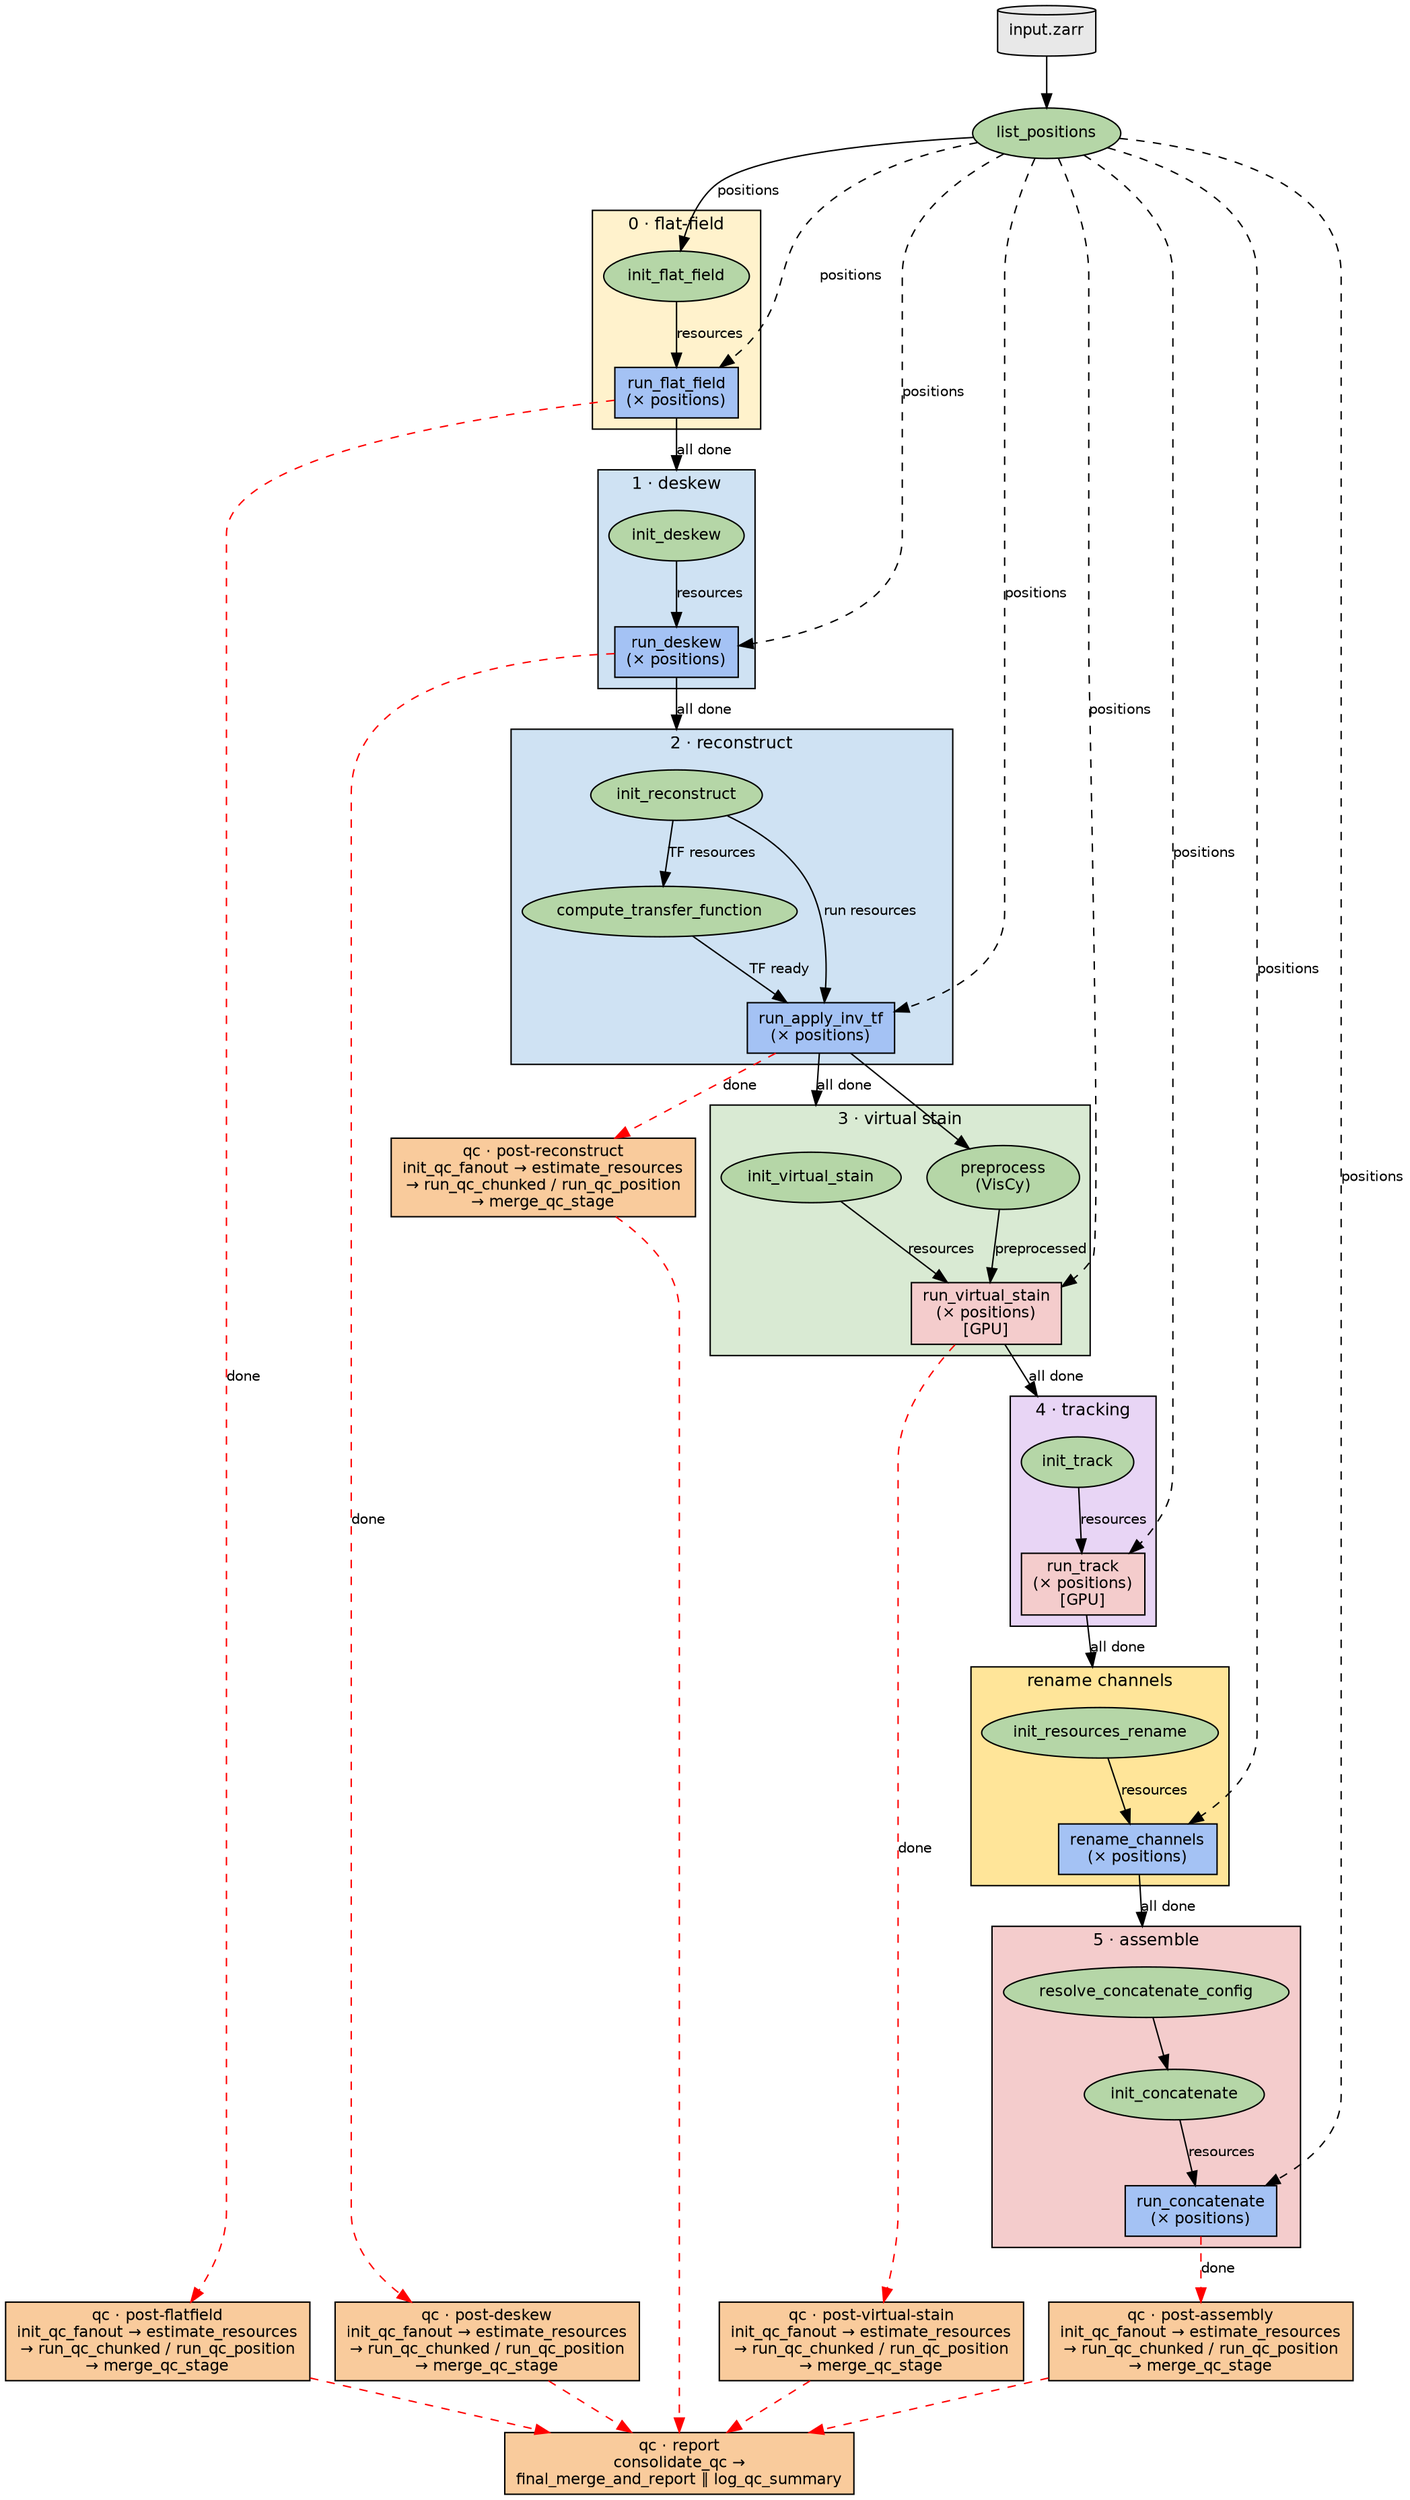
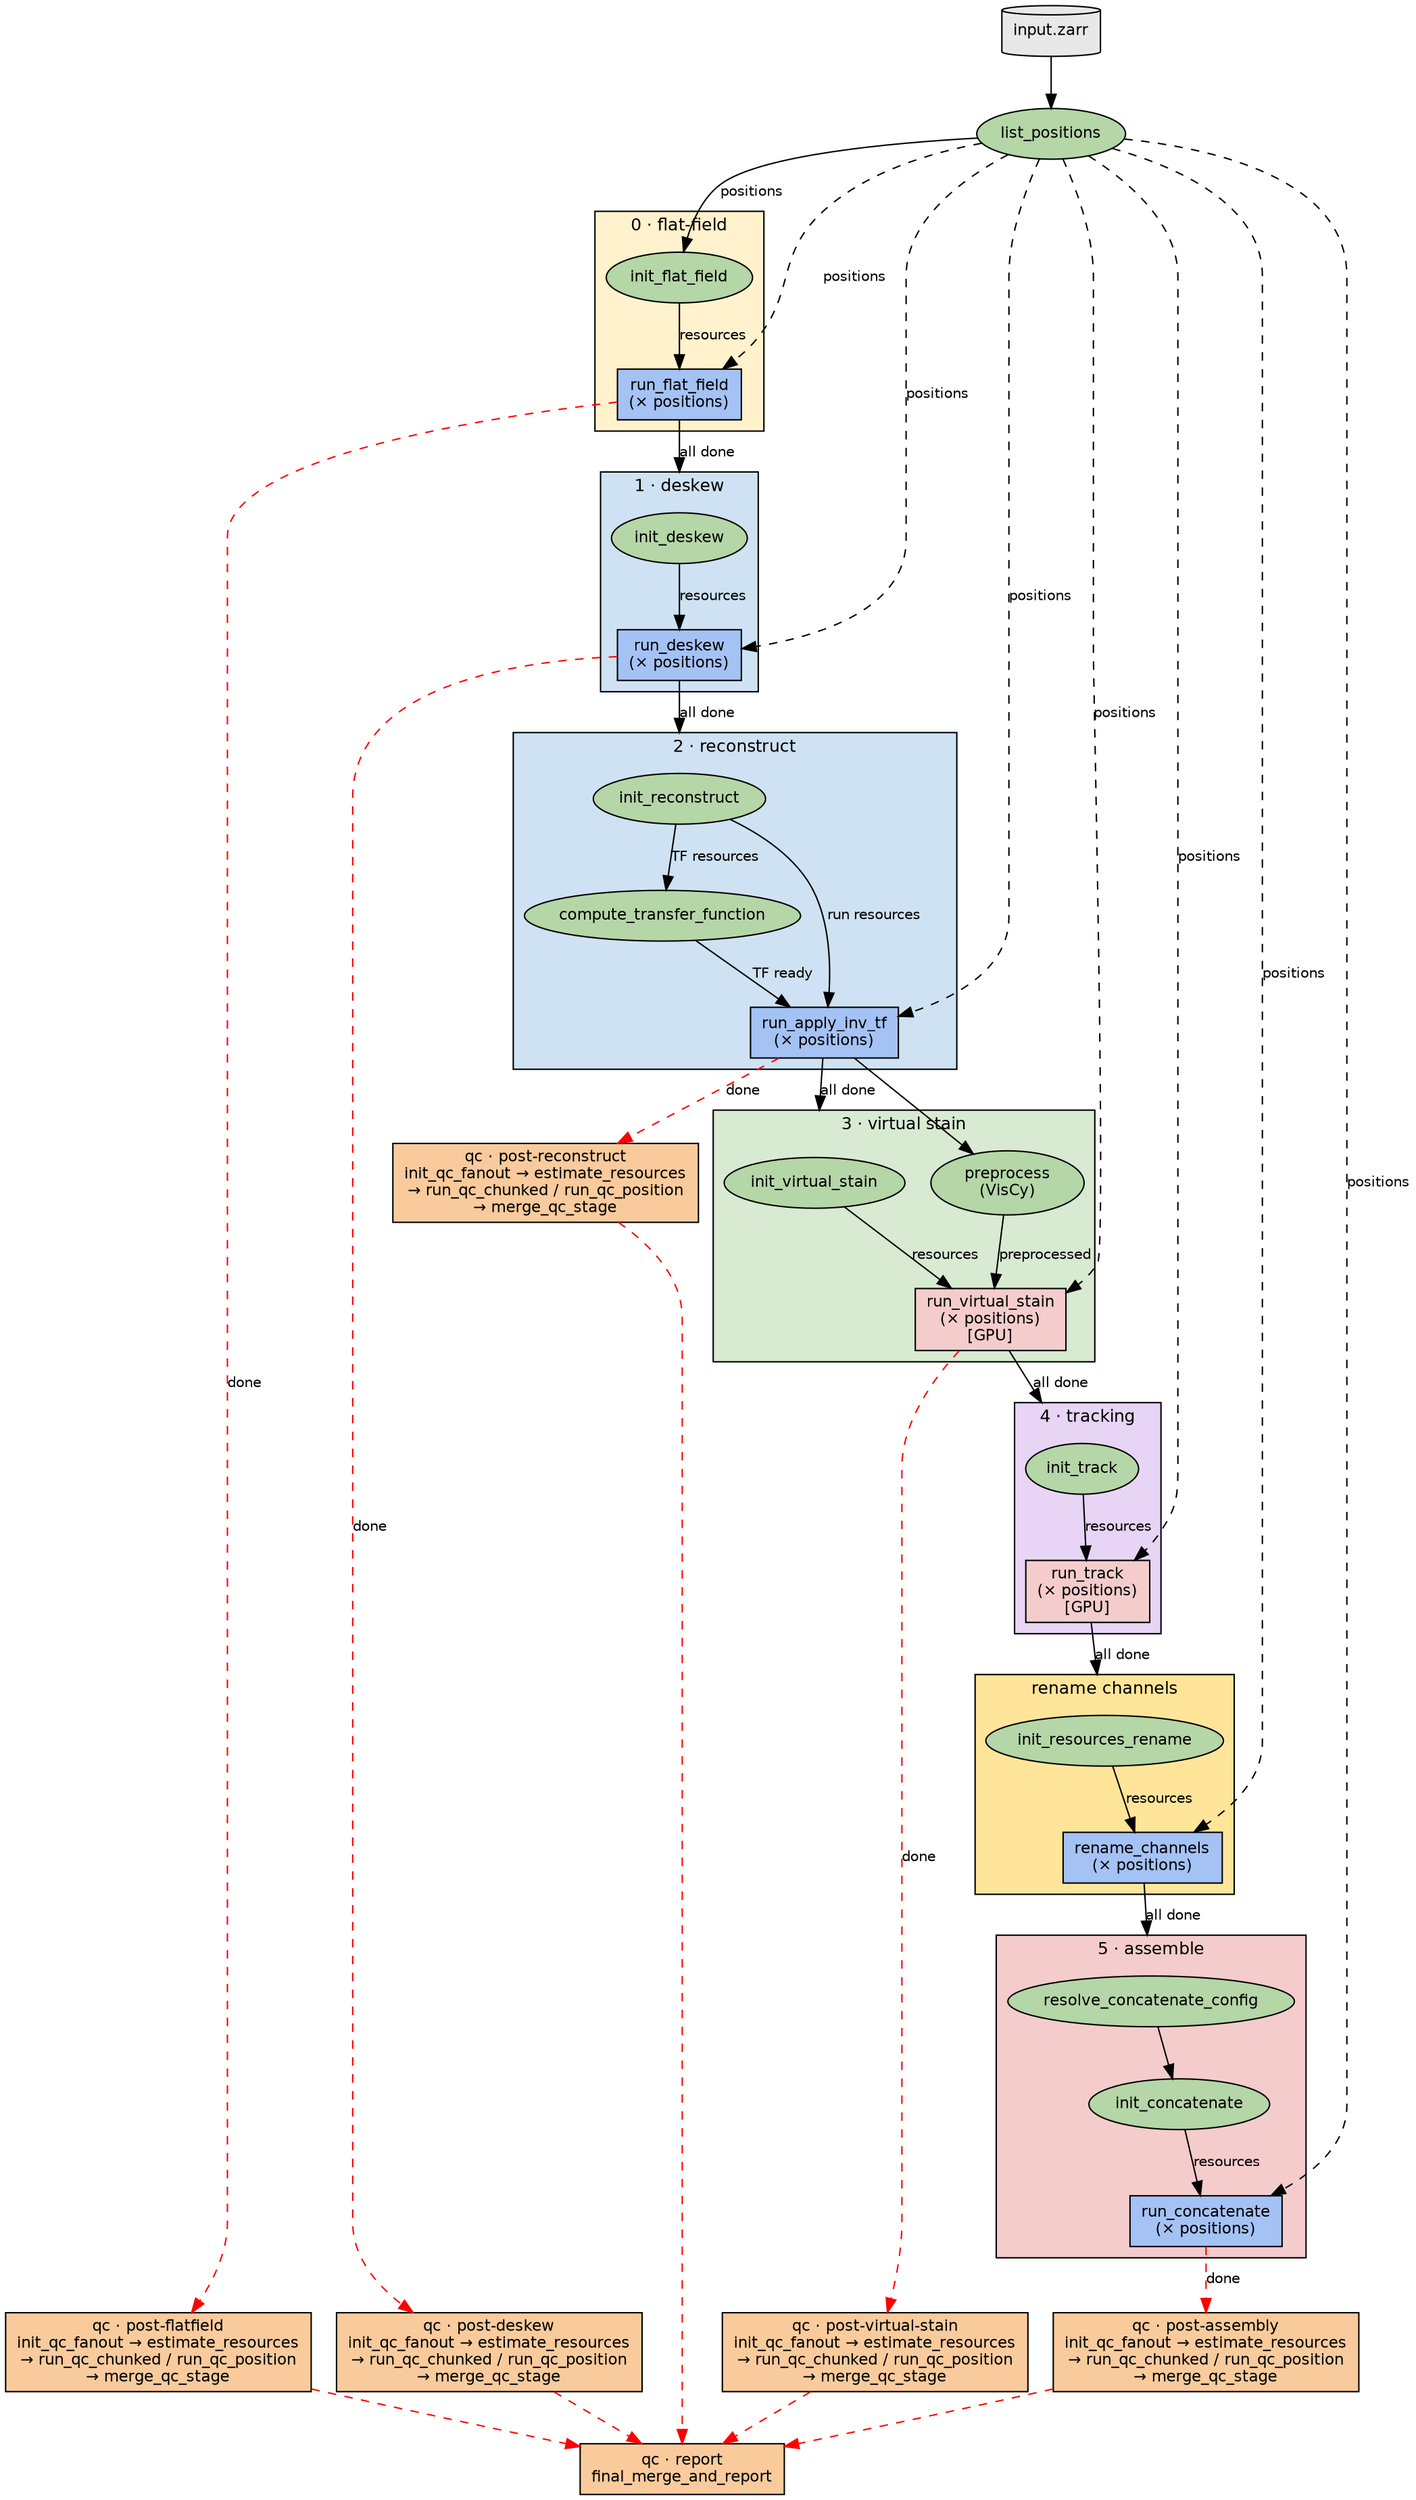
digraph pipeline {
    rankdir=TB
    fontname="Helvetica"
    node [fontname="Helvetica" fontsize=11 style=filled]
    edge [fontname="Helvetica" fontsize=10]
    compound=true

    // ── Colors ──
    // green  #B5D6A7 = init / single-run
    // blue   #A4C2F4 = fan-out per-position
    // pink   #F4CCCC = GPU fan-out
    // gold   #FFE599 = collect barrier
    // salmon #F9CB9C = QC stages
    // purple #D9D2E9 = optional

    // ════════════════════════════════════════
    //  Input
    // ════════════════════════════════════════
    input_zarr      [shape=cylinder fillcolor="#E8E8E8" label="input.zarr"]
    list_positions  [shape=ellipse fillcolor="#B5D6A7" label="list_positions"]

    input_zarr -> list_positions

    // ════════════════════════════════════════
    //  0 · flat-field
    // ════════════════════════════════════════
    subgraph cluster_ff {
        label="0 · flat-field" style=filled fillcolor="#FFF2CC"
        fontname="Helvetica" fontsize=12
        init_flat_field [shape=ellipse fillcolor="#B5D6A7" label="init_flat_field"]
        run_flat_field  [shape=box fillcolor="#A4C2F4"
                         label="run_flat_field\n(× positions)"]
        init_flat_field -> run_flat_field [label="resources"]
    }

    // ════════════════════════════════════════
    //  1 · deskew
    // ════════════════════════════════════════
    subgraph cluster_dk {
        label="1 · deskew" style=filled fillcolor="#CFE2F3"
        fontname="Helvetica" fontsize=12
        init_deskew [shape=ellipse fillcolor="#B5D6A7" label="init_deskew"]
        run_deskew  [shape=box fillcolor="#A4C2F4"
                     label="run_deskew\n(× positions)"]
        init_deskew -> run_deskew [label="resources"]
    }

    // ════════════════════════════════════════
    //  2 · reconstruct
    // ════════════════════════════════════════
    subgraph cluster_rc {
        label="2 · reconstruct" style=filled fillcolor="#CFE2F3"
        fontname="Helvetica" fontsize=12
        init_reconstruct    [shape=ellipse fillcolor="#B5D6A7" label="init_reconstruct"]
        compute_tf          [shape=ellipse fillcolor="#B5D6A7" label="compute_transfer_function"]
        run_apply_inv_tf    [shape=box fillcolor="#A4C2F4"
                             label="run_apply_inv_tf\n(× positions)"]
        init_reconstruct -> compute_tf       [label="TF resources"]
        init_reconstruct -> run_apply_inv_tf [label="run resources"]
        compute_tf -> run_apply_inv_tf       [label="TF ready"]
    }

    // ════════════════════════════════════════
    //  3 · virtual stain
    // ════════════════════════════════════════
    subgraph cluster_vs {
        label="3 · virtual stain" style=filled fillcolor="#D9EAD3"
        fontname="Helvetica" fontsize=12
        init_virtual_stain [shape=ellipse fillcolor="#B5D6A7" label="init_virtual_stain"]
        preprocess_vs      [shape=ellipse fillcolor="#B5D6A7" label="preprocess\n(VisCy)"]
        run_virtual_stain  [shape=box fillcolor="#F4CCCC"
                            label="run_virtual_stain\n(× positions)\n[GPU]"]
        init_virtual_stain -> run_virtual_stain [label="resources"]
        preprocess_vs -> run_virtual_stain      [label="preprocessed"]
    }

    // ════════════════════════════════════════
    //  4 · tracking
    // ════════════════════════════════════════
    subgraph cluster_tk {
        label="4 · tracking" style=filled fillcolor="#E8D5F5"
        fontname="Helvetica" fontsize=12
        init_track [shape=ellipse fillcolor="#B5D6A7" label="init_track"]
        run_track  [shape=box fillcolor="#F4CCCC"
                    label="run_track\n(× positions)\n[GPU]"]
        init_track -> run_track [label="resources"]
    }

    // ════════════════════════════════════════
    //  rename channels
    // ════════════════════════════════════════
    subgraph cluster_rn {
        label="rename channels" style=filled fillcolor="#FFE599"
        fontname="Helvetica" fontsize=12
        init_resources_rename [shape=ellipse fillcolor="#B5D6A7"
                               label="init_resources_rename"]
        rename_channels       [shape=box fillcolor="#A4C2F4"
                               label="rename_channels\n(× positions)"]
        init_resources_rename -> rename_channels [label="resources"]
    }

    // ════════════════════════════════════════
    //  5 · assemble
    // ════════════════════════════════════════
    subgraph cluster_asm {
        label="5 · assemble" style=filled fillcolor="#F4CCCC"
        fontname="Helvetica" fontsize=12
        resolve_concat_config [shape=ellipse fillcolor="#B5D6A7" label="resolve_concatenate_config"]
        init_concatenate      [shape=ellipse fillcolor="#B5D6A7" label="init_concatenate"]
        run_concatenate       [shape=box fillcolor="#A4C2F4"
                               label="run_concatenate\n(× positions)"]
        resolve_concat_config -> init_concatenate
        init_concatenate -> run_concatenate [label="resources"]
    }

    // ════════════════════════════════════════
    //  QC stages (each: init_chunks → splitCsv → run_qc_chunk → merge)
    // ════════════════════════════════════════
    qc_ff  [shape=box fillcolor="#F9CB9C" label="qc · post-flatfield\ninit_qc_fanout → estimate_resources\n→ run_qc_chunked / run_qc_position\n→ merge_qc_stage"]
    qc_dk  [shape=box fillcolor="#F9CB9C" label="qc · post-deskew\ninit_qc_fanout → estimate_resources\n→ run_qc_chunked / run_qc_position\n→ merge_qc_stage"]
    qc_rc  [shape=box fillcolor="#F9CB9C" label="qc · post-reconstruct\ninit_qc_fanout → estimate_resources\n→ run_qc_chunked / run_qc_position\n→ merge_qc_stage"]
    qc_vs  [shape=box fillcolor="#F9CB9C" label="qc · post-virtual-stain\ninit_qc_fanout → estimate_resources\n→ run_qc_chunked / run_qc_position\n→ merge_qc_stage"]
    qc_asm [shape=box fillcolor="#F9CB9C" label="qc · post-assembly\ninit_qc_fanout → estimate_resources\n→ run_qc_chunked / run_qc_position\n→ merge_qc_stage"]

-     qc_report [shape=box fillcolor="#F9CB9C" label="qc · report\nconsolidate_qc →\nfinal_merge_and_report ∥ log_qc_summary"]
+     qc_report [shape=box fillcolor="#F9CB9C" label="qc · report\nfinal_merge_and_report"]

    // ════════════════════════════════════════
    //  Main pipeline edges
    // ════════════════════════════════════════
    list_positions -> init_flat_field     [label="positions"]
    list_positions -> run_flat_field      [style=dashed label="positions"]
    list_positions -> run_deskew          [style=dashed label="positions"]
    list_positions -> run_apply_inv_tf    [style=dashed label="positions"]
    list_positions -> run_virtual_stain   [style=dashed label="positions"]
    list_positions -> run_track           [style=dashed label="positions"]
    list_positions -> rename_channels     [style=dashed label="positions"]
    list_positions -> run_concatenate     [style=dashed label="positions"]

    run_flat_field -> init_deskew         [label="all done" lhead=cluster_dk]
    run_deskew -> init_reconstruct        [label="all done" lhead=cluster_rc]
    run_apply_inv_tf -> init_virtual_stain [label="all done" lhead=cluster_vs]
    run_apply_inv_tf -> preprocess_vs
    run_virtual_stain -> init_track       [label="all done" lhead=cluster_tk]
    run_track -> init_resources_rename    [label="all done" lhead=cluster_rn]
    rename_channels -> resolve_concat_config [label="all done" lhead=cluster_asm]

    // ════════════════════════════════════════
    //  QC edges (red, dashed)
    // ════════════════════════════════════════
    run_flat_field -> qc_ff       [color=red style=dashed label="done"]
    run_deskew -> qc_dk           [color=red style=dashed label="done"]
    run_apply_inv_tf -> qc_rc     [color=red style=dashed label="done"]
    run_virtual_stain -> qc_vs    [color=red style=dashed label="done"]
    run_concatenate -> qc_asm     [color=red style=dashed label="done"]

    qc_ff -> qc_report            [color=red style=dashed]
    qc_dk -> qc_report            [color=red style=dashed]
    qc_rc -> qc_report            [color=red style=dashed]
    qc_vs -> qc_report            [color=red style=dashed]
    qc_asm -> qc_report           [color=red style=dashed]
}
